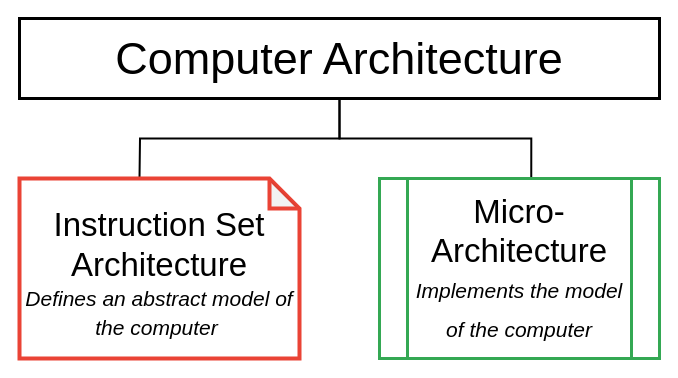
The draw.io diagram page "Page-1" (1 of 4) of Writeups/4_Report/chapters/chapter4/img/Chapter4.drawio in AnthonyKenny98/Thesis, before the edit. Source tidied: cells renumbered, new cells numbered last; positions are measured from the earlier drawing's top-left corner, leaving out a move shared by most shapes. Both pictures are drawn from the tidied source at 100%, with x=0, y=0 at pixel (19, 18).
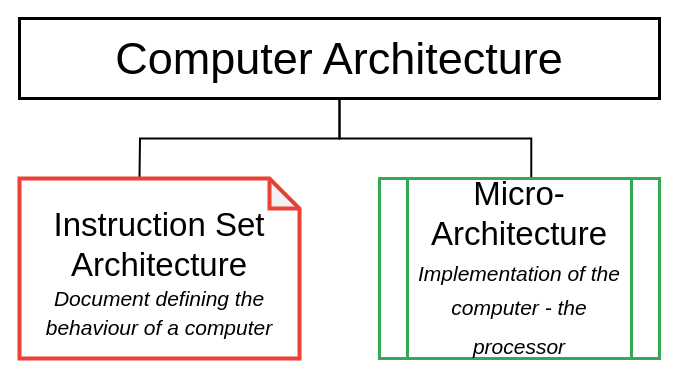
After the change.

The edit, as a diff of the source:
```diff
@@
 <mxGraphModel>
   <root>
     <mxCell id="0" />
     <mxCell id="1" parent="0" />
     <mxCell id="2" style="edgeStyle=orthogonalEdgeStyle;rounded=0;jettySize=auto;html=1;exitX=0.5;exitY=1;exitDx=0;exitDy=0;endArrow=none;endFill=0;strokeWidth=2;fontFamily=Computer Modern;fontSize=29;fontColor=#000000;" parent="1" edge="1" source="4">
       <mxGeometry relative="1" as="geometry">
         <mxPoint x="120" y="160" as="targetPoint" />
       </mxGeometry>
     </mxCell>
     <mxCell id="3" style="edgeStyle=orthogonalEdgeStyle;rounded=0;jettySize=auto;html=1;exitX=0.5;exitY=1;exitDx=0;exitDy=0;endArrow=none;endFill=0;strokeWidth=2;fontFamily=Computer Modern;fontSize=29;fontColor=#000000;entryX=0.542;entryY=0;entryDx=0;entryDy=0;entryPerimeter=0;" parent="1" edge="1" source="4" target="7">
       <mxGeometry relative="1" as="geometry" />
     </mxCell>
     <mxCell id="4" value="&lt;font style=&quot;font-size: 45px&quot;&gt;Computer Architecture&lt;/font&gt;" style="rounded=0;whiteSpace=wrap;html=1;strokeColor=#000000;fillColor=#FFFFFF;fontFamily=Computer Modern;fontSize=29;fontColor=#000000;strokeWidth=3;" parent="1" vertex="1">
       <mxGeometry width="640" height="80" as="geometry" />
     </mxCell>
     <mxCell id="5" style="shape=note;whiteSpace=wrap;html=1;backgroundOutline=1;darkOpacity=0.05;strokeColor=#EA4335;fillColor=#FFFFFF;fontFamily=Computer Modern;fontSize=24;strokeWidth=4;" parent="1" vertex="1">
       <mxGeometry y="160" width="280" height="180" as="geometry" />
     </mxCell>
-    <mxCell id="6" value="&lt;font&gt;&lt;span style=&quot;font-size: 33px&quot;&gt;Instruction Set &lt;br&gt;Architecture&lt;/span&gt;&lt;br&gt;&lt;font&gt;&lt;font size=&quot;1&quot;&gt;&lt;i style=&quot;font-size: 21px&quot;&gt;Defines an abstract model of the computer&lt;/i&gt;&lt;i style=&quot;font-size: 18px&quot;&gt;&amp;nbsp;&lt;/i&gt;&lt;/font&gt;&lt;/font&gt;&lt;br&gt;&lt;/font&gt;" style="text;html=1;strokeColor=none;fillColor=none;align=center;verticalAlign=top;whiteSpace=wrap;rounded=0;fontFamily=Computer Modern;fontSize=24;" parent="1" vertex="1">
+    <mxCell id="6" value="&lt;font&gt;&lt;span style=&quot;font-size: 33px&quot;&gt;Instruction Set &lt;br&gt;Architecture&lt;/span&gt;&lt;br&gt;&lt;font&gt;&lt;font size=&quot;1&quot;&gt;&lt;i style=&quot;font-size: 21px&quot;&gt;Document defining the behaviour of a computer&lt;/i&gt;&lt;/font&gt;&lt;/font&gt;&lt;br&gt;&lt;/font&gt;" style="text;html=1;strokeColor=none;fillColor=none;align=center;verticalAlign=top;whiteSpace=wrap;rounded=0;fontFamily=Computer Modern;fontSize=24;" parent="1" vertex="1">
       <mxGeometry y="180" width="280" height="150" as="geometry" />
     </mxCell>
-    <mxCell id="7" value="&lt;span style=&quot;font-size: 33px&quot;&gt;Micro-&lt;br&gt;Architecture&lt;br&gt;&lt;/span&gt;&lt;i style=&quot;font-size: 21px&quot;&gt;Implements the model of the computer&lt;/i&gt;&lt;span style=&quot;font-size: 33px&quot;&gt;&lt;br&gt;&lt;/span&gt;" style="shape=process;whiteSpace=wrap;html=1;backgroundOutline=1;strokeColor=#34A853;strokeWidth=3;fillColor=#FFFFFF;fontFamily=Computer Modern;fontSize=29;fontColor=#000000;" parent="1" vertex="1">
+    <mxCell id="7" value="&lt;span style=&quot;font-size: 33px&quot;&gt;Micro-&lt;br&gt;Architecture&lt;br&gt;&lt;/span&gt;&lt;i style=&quot;font-size: 21px&quot;&gt;Implementation of the computer - the processor&lt;/i&gt;&lt;span style=&quot;font-size: 33px&quot;&gt;&lt;br&gt;&lt;/span&gt;" style="shape=process;whiteSpace=wrap;html=1;backgroundOutline=1;strokeColor=#34A853;strokeWidth=3;fillColor=#FFFFFF;fontFamily=Computer Modern;fontSize=29;fontColor=#000000;" parent="1" vertex="1">
       <mxGeometry x="360" y="160" width="280" height="180" as="geometry" />
     </mxCell>
   </root>
 </mxGraphModel>
```
